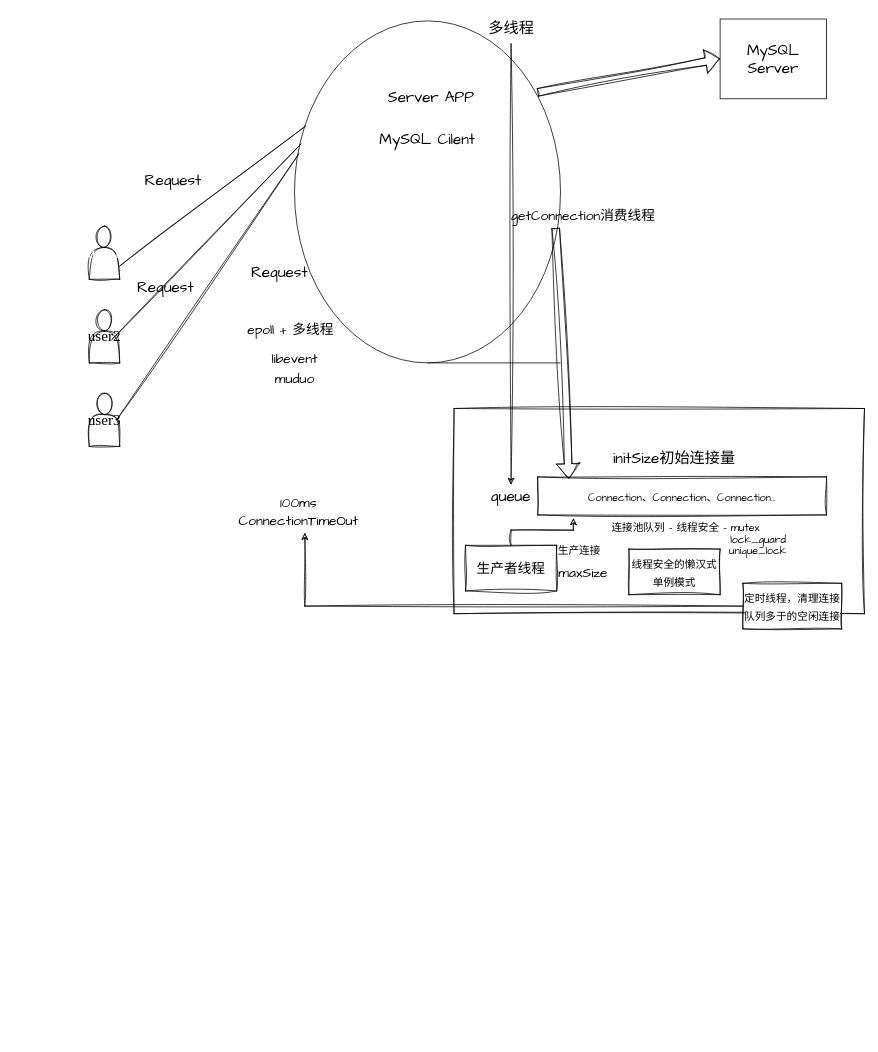
Before: 四池/连接池/连接池.drawio in zyuhao7/Studying, a draw.io diagram. Source tidied: cells renumbered, new cells numbered last; positions are measured from the earlier drawing's top-left corner, leaving out a move shared by most shapes. Both pictures are drawn from the tidied source at 76%, with x=0, y=0 at pixel (89, 13).
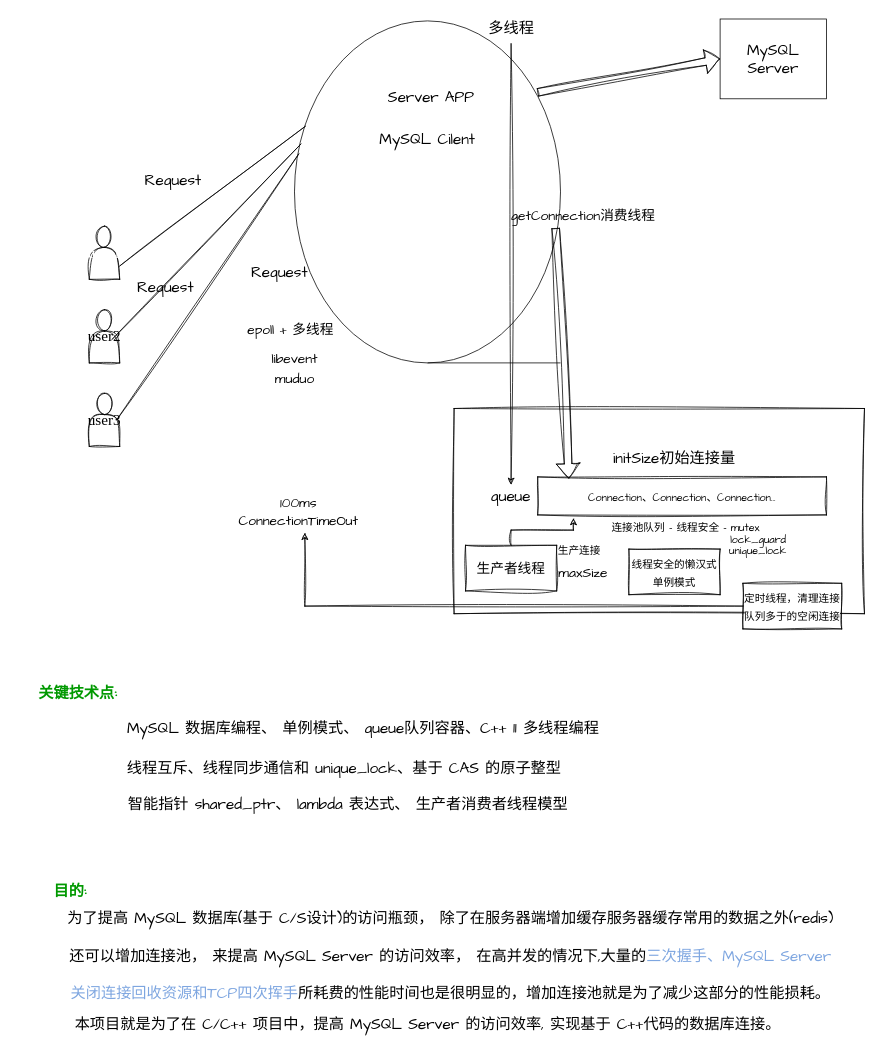
The same page after the edit.

Commit message:
refresh  add tech + purpose

The edit, as a diff of the source:
```diff
@@
+    <mxCell id="38" value="&lt;b&gt;&lt;font color=&quot;#009900&quot;&gt;关键技术点:&lt;/font&gt;&lt;/b&gt;" style="text;html=1;strokeColor=none;fillColor=none;align=center;verticalAlign=middle;whiteSpace=wrap;rounded=0;fontSize=20;fontFamily=Architects Daughter;" parent="1" vertex="1">
+      <mxGeometry x="-90" y="870" width="150" height="50" as="geometry" />
+    </mxCell>
+    <mxCell id="39" value="MySQL 数据库编程、 单例模式、 queue队列容器、C++ 11 多线程编程" style="text;html=1;align=center;verticalAlign=middle;strokeColor=none;fillColor=none;fontSize=20;fontFamily=Architects Daughter;" parent="1" vertex="1">
+      <mxGeometry x="40" y="920" width="640" height="40" as="geometry" />
+    </mxCell>
+    <mxCell id="40" value="线程互斥、线程同步通信和 unique_lock、基于 CAS 的原子整型" style="text;html=1;align=center;verticalAlign=middle;strokeColor=none;fillColor=none;fontSize=20;fontFamily=Architects Daughter;" parent="1" vertex="1">
+      <mxGeometry x="40" y="973" width="590" height="40" as="geometry" />
+    </mxCell>
+    <mxCell id="41" value="智能指针 shared_ptr、 lambda 表达式、 生产者消费者线程模型" style="text;html=1;align=center;verticalAlign=middle;strokeColor=none;fillColor=none;fontSize=20;fontFamily=Architects Daughter;" parent="1" vertex="1">
+      <mxGeometry x="40" y="1020" width="600" height="40" as="geometry" />
+    </mxCell>
+    <mxCell id="42" value="&lt;b&gt;&lt;font color=&quot;#009900&quot;&gt;目的:&lt;/font&gt;&lt;/b&gt;" style="text;html=1;strokeColor=none;fillColor=none;align=center;verticalAlign=middle;whiteSpace=wrap;rounded=0;fontSize=20;fontFamily=Architects Daughter;" parent="1" vertex="1">
+      <mxGeometry x="-100" y="1130" width="150" height="50" as="geometry" />
+    </mxCell>
+    <mxCell id="43" value="为了提高 MySQL 数据库(基于 C/S设计)的访问瓶颈， 除了在服务器端增加缓存服务器缓存常用的数据之外(redis)" style="text;html=1;align=center;verticalAlign=middle;strokeColor=none;fillColor=none;fontSize=20;fontFamily=Architects Daughter;" parent="1" vertex="1">
+      <mxGeometry x="-40" y="1170" width="1030" height="40" as="geometry" />
+    </mxCell>
+    <mxCell id="44" value="还可以增加连接池， 来提高 MySQL Server 的访问效率， 在高并发的情况下,大量的&lt;font color=&quot;#7ea6e0&quot;&gt;三次握手、MySQL Server &lt;br&gt;&lt;br&gt;关闭连接回收资源和TCP四次挥手&lt;/font&gt;所耗费的性能时间也是很明显的，增加连接池就是为了减少这部分的性能损耗。" style="text;html=1;align=center;verticalAlign=middle;strokeColor=none;fillColor=none;fontSize=20;fontFamily=Architects Daughter;" parent="1" vertex="1">
+      <mxGeometry x="-40" y="1220" width="1030" height="90" as="geometry" />
+    </mxCell>
+    <mxCell id="45" value="本项目就是为了在 C/C++ 项目中，提高 MySQL Server 的访问效率, 实现基于 C++代码的数据库连接。" style="text;html=1;align=center;verticalAlign=middle;strokeColor=none;fillColor=none;fontSize=20;fontFamily=Architects Daughter;" parent="1" vertex="1">
+      <mxGeometry x="-30" y="1310" width="950" height="40" as="geometry" />
+    </mxCell>
```
